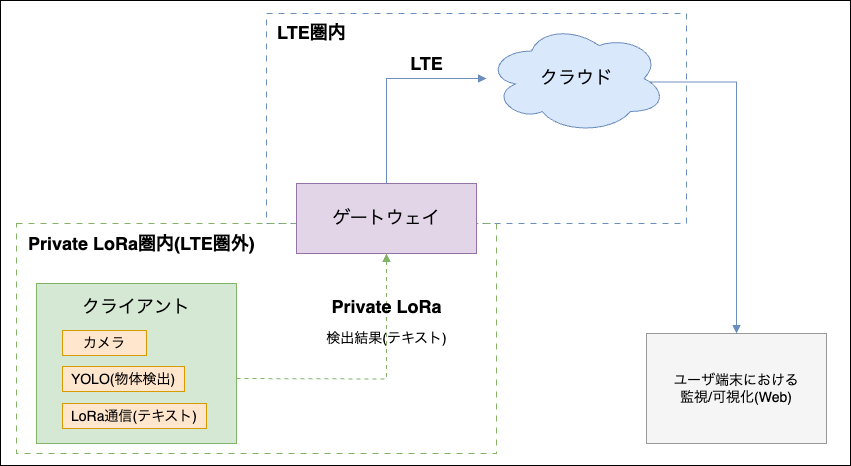
Earlier version of the draw.io export images/system-dark.png (Applica-760/contest-archive). Source tidied: cells renumbered, new cells last; positions are measured from the earlier drawing's top-left corner, leaving out a move shared by most shapes. Source of this version:
```xml
<mxGraphModel>
  <root>
    <mxCell id="0" />
    <mxCell id="1" parent="0" />
    <mxCell id="2" style="whiteSpace=wrap;html=1;fillColor=light-dark(#FFFFFF,#000000);" parent="1" vertex="1">
      <mxGeometry width="850" height="465" as="geometry" />
    </mxCell>
    <mxCell id="3" style="shape=rectangle;whiteSpace=wrap;html=1;rounded=0;dashed=1;dashPattern=6 6;strokeColor=#6c8ebf;fillColor=none;" parent="1" vertex="1">
      <mxGeometry x="266" y="13" width="420" height="210" as="geometry" />
    </mxCell>
    <mxCell id="4" style="shape=rectangle;whiteSpace=wrap;html=1;rounded=0;dashed=1;dashPattern=6 6;strokeColor=#82b366;fillColor=none;" parent="1" vertex="1">
      <mxGeometry x="16" y="223" width="480" height="230" as="geometry" />
    </mxCell>
    <mxCell id="5" value="&lt;font style=&quot;font-size: 18px;&quot;&gt;クラウド&lt;/font&gt;" style="whiteSpace=wrap;html=1;shape=cloud;fillColor=#dae8fc;strokeColor=#6c8ebf;fontSize=16;" parent="1" vertex="1">
      <mxGeometry x="486" y="23" width="180" height="110" as="geometry" />
    </mxCell>
    <mxCell id="6" value="&lt;font style=&quot;font-size: 18px;&quot;&gt;ゲートウェイ&lt;/font&gt;" style="rounded=0;whiteSpace=wrap;html=1;fillColor=#e1d5e7;strokeColor=#9673a6;fontSize=16;" parent="1" vertex="1">
      <mxGeometry x="296" y="183" width="180" height="70" as="geometry" />
    </mxCell>
    <mxCell id="7" value="&lt;font style=&quot;font-size: 18px;&quot;&gt;LTE&lt;/font&gt;" style="text;html=1;align=center;verticalAlign=middle;strokeColor=none;fillColor=none;fontSize=14;fontStyle=1;" parent="1" vertex="1">
      <mxGeometry x="396" y="43" width="60" height="40" as="geometry" />
    </mxCell>
    <mxCell id="8" value="&lt;font style=&quot;font-size: 18px;&quot;&gt;クライアント&lt;/font&gt;" style="rounded=0;whiteSpace=wrap;html=1;fillColor=#d5e8d4;strokeColor=#82b366;fontSize=14;verticalAlign=top;spacingTop=6;" parent="1" vertex="1">
      <mxGeometry x="36" y="283" width="200" height="160" as="geometry" />
    </mxCell>
    <mxCell id="9" value="&lt;font style=&quot;font-size: 14px;&quot;&gt;YOLO(物体検出)&lt;/font&gt;" style="whiteSpace=wrap;html=1;rounded=0;fillColor=#ffe6cc;strokeColor=#d79b00;fontSize=12;" parent="1" vertex="1">
      <mxGeometry x="62" y="366" width="122" height="25" as="geometry" />
    </mxCell>
    <mxCell id="10" style="edgeStyle=orthogonalEdgeStyle;rounded=0;jettySize=auto;html=1;endArrow=block;endFill=1;strokeColor=#6c8ebf;exitX=0.5;exitY=0;exitDx=0;exitDy=0;" parent="1" edge="1" source="6" target="5">
      <mxGeometry relative="1" as="geometry">
        <Array as="points">
          <mxPoint x="386" y="78" />
        </Array>
      </mxGeometry>
    </mxCell>
    <mxCell id="11" value="&lt;font style=&quot;font-size: 18px;&quot;&gt;LTE圏内&lt;/font&gt;" style="text;html=1;align=left;verticalAlign=top;strokeColor=none;fillColor=none;fontSize=14;fontStyle=1;" parent="1" vertex="1">
      <mxGeometry x="275" y="15" width="90" height="40" as="geometry" />
    </mxCell>
    <mxCell id="12" value="&lt;font style=&quot;font-size: 18px;&quot;&gt;Private LoRa圏内(LTE圏外)&lt;/font&gt;" style="text;html=1;align=left;verticalAlign=top;strokeColor=none;fillColor=none;fontSize=14;fontStyle=1;" parent="1" vertex="1">
      <mxGeometry x="26" y="226" width="240" height="40" as="geometry" />
    </mxCell>
    <mxCell id="13" value="ユーザ端末における&lt;br&gt;監視/可視化(Web)" style="rounded=0;whiteSpace=wrap;html=1;fillColor=light-dark(#F5F5F5,#666666);strokeColor=light-dark(#999999,#F5F5F5);fontSize=14;" parent="1" vertex="1">
      <mxGeometry x="646" y="333" width="180" height="110" as="geometry" />
    </mxCell>
    <mxCell id="14" style="edgeStyle=orthogonalEdgeStyle;rounded=0;jettySize=auto;html=1;dashed=1;dashPattern=4 4;endArrow=block;endFill=1;strokeColor=#82b366;labelBackgroundColor=#ffffff;entryX=0.5;entryY=1;entryDx=0;entryDy=0;" parent="1" edge="1" target="6">
      <mxGeometry x="0.42" relative="1" as="geometry">
        <mxPoint x="236" y="378" as="sourcePoint" />
      </mxGeometry>
    </mxCell>
    <mxCell id="15" value="&lt;font style=&quot;font-size: 18px;&quot;&gt;Private LoRa&lt;/font&gt;" style="text;html=1;align=center;verticalAlign=middle;strokeColor=none;fillColor=none;fontSize=14;fontStyle=1;" parent="1" vertex="1">
      <mxGeometry x="321" y="286" width="130" height="40" as="geometry" />
    </mxCell>
    <mxCell id="16" style="edgeStyle=orthogonalEdgeStyle;rounded=0;jettySize=auto;html=1;endArrow=block;endFill=1;strokeColor=#6c8ebf;labelBackgroundColor=#ffffff;exitX=0.907;exitY=0.532;exitDx=0;exitDy=0;exitPerimeter=0;entryX=0.5;entryY=0;entryDx=0;entryDy=0;" parent="1" edge="1" source="5" target="13">
      <mxGeometry x="0.65" relative="1" as="geometry">
        <Array as="points">
          <mxPoint x="736" y="82" />
        </Array>
      </mxGeometry>
    </mxCell>
    <mxCell id="17" value="&lt;font style=&quot;font-size: 14px;&quot;&gt;カメラ&lt;/font&gt;" style="whiteSpace=wrap;html=1;rounded=0;fillColor=#ffe6cc;strokeColor=#d79b00;fontSize=12;" parent="1" vertex="1">
      <mxGeometry x="62" y="330" width="84" height="25" as="geometry" />
    </mxCell>
    <mxCell id="18" value="&lt;font style=&quot;font-size: 14px;&quot;&gt;LoRa通信(テキスト)&lt;/font&gt;" style="whiteSpace=wrap;html=1;rounded=0;fillColor=#ffe6cc;strokeColor=#d79b00;fontSize=12;" parent="1" vertex="1">
      <mxGeometry x="62" y="403" width="144" height="25" as="geometry" />
    </mxCell>
    <mxCell id="19" value="&lt;font style=&quot;font-size: 14px;&quot;&gt;検出結果(テキスト)&lt;/font&gt;" style="text;html=1;align=center;verticalAlign=middle;strokeColor=none;fillColor=none;" parent="1" vertex="1">
      <mxGeometry x="316" y="323" width="140" height="30" as="geometry" />
    </mxCell>
  </root>
</mxGraphModel>
```
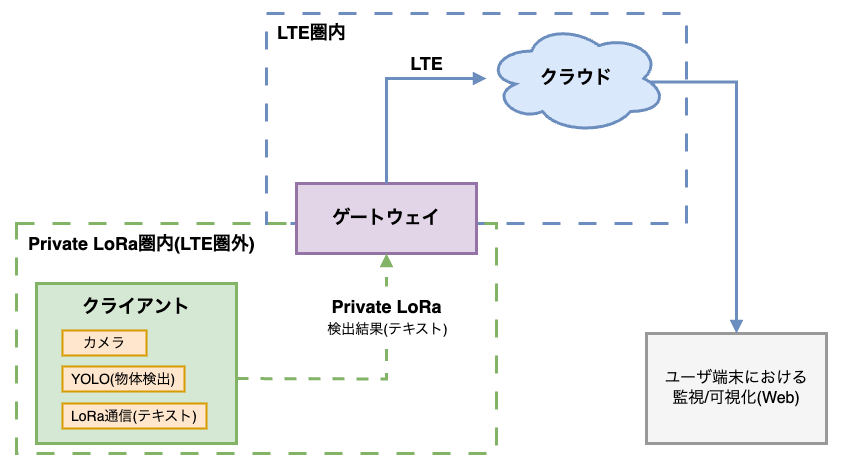
After the commit.

What changed in the source:
```diff
@@ -2,31 +2,31 @@
   <root>
     <mxCell id="0" />
     <mxCell id="1" parent="0" />
-    <mxCell id="2" style="whiteSpace=wrap;html=1;fillColor=light-dark(#FFFFFF,#000000);" parent="1" vertex="1">
+    <mxCell id="2" style="whiteSpace=wrap;html=1;fillColor=light-dark(#FFFFFF,#000000);strokeColor=none;" parent="1" vertex="1">
       <mxGeometry width="850" height="465" as="geometry" />
     </mxCell>
-    <mxCell id="3" style="shape=rectangle;whiteSpace=wrap;html=1;rounded=0;dashed=1;dashPattern=6 6;strokeColor=#6c8ebf;fillColor=none;" parent="1" vertex="1">
+    <mxCell id="3" style="shape=rectangle;whiteSpace=wrap;html=1;rounded=0;dashed=1;dashPattern=6 6;strokeColor=#6c8ebf;fillColor=none;strokeWidth=3;" parent="1" vertex="1">
       <mxGeometry x="266" y="13" width="420" height="210" as="geometry" />
     </mxCell>
-    <mxCell id="4" style="shape=rectangle;whiteSpace=wrap;html=1;rounded=0;dashed=1;dashPattern=6 6;strokeColor=#82b366;fillColor=none;" parent="1" vertex="1">
+    <mxCell id="4" style="shape=rectangle;whiteSpace=wrap;html=1;rounded=0;dashed=1;dashPattern=6 6;strokeColor=#82b366;fillColor=none;strokeWidth=3;" parent="1" vertex="1">
       <mxGeometry x="16" y="223" width="480" height="230" as="geometry" />
     </mxCell>
-    <mxCell id="5" value="&lt;font style=&quot;font-size: 18px;&quot;&gt;クラウド&lt;/font&gt;" style="whiteSpace=wrap;html=1;shape=cloud;fillColor=#dae8fc;strokeColor=#6c8ebf;fontSize=16;" parent="1" vertex="1">
+    <mxCell id="5" value="&lt;font style=&quot;font-size: 18px;&quot;&gt;&lt;b&gt;クラウド&lt;/b&gt;&lt;/font&gt;" style="whiteSpace=wrap;html=1;shape=cloud;fillColor=#dae8fc;strokeColor=#6c8ebf;fontSize=16;strokeWidth=3;" parent="1" vertex="1">
       <mxGeometry x="486" y="23" width="180" height="110" as="geometry" />
     </mxCell>
-    <mxCell id="6" value="&lt;font style=&quot;font-size: 18px;&quot;&gt;ゲートウェイ&lt;/font&gt;" style="rounded=0;whiteSpace=wrap;html=1;fillColor=#e1d5e7;strokeColor=#9673a6;fontSize=16;" parent="1" vertex="1">
+    <mxCell id="6" value="&lt;font style=&quot;font-size: 18px;&quot;&gt;&lt;b&gt;ゲートウェイ&lt;/b&gt;&lt;/font&gt;" style="rounded=0;whiteSpace=wrap;html=1;fillColor=#e1d5e7;strokeColor=#9673a6;fontSize=16;strokeWidth=3;" parent="1" vertex="1">
       <mxGeometry x="296" y="183" width="180" height="70" as="geometry" />
     </mxCell>
     <mxCell id="7" value="&lt;font style=&quot;font-size: 18px;&quot;&gt;LTE&lt;/font&gt;" style="text;html=1;align=center;verticalAlign=middle;strokeColor=none;fillColor=none;fontSize=14;fontStyle=1;" parent="1" vertex="1">
       <mxGeometry x="396" y="43" width="60" height="40" as="geometry" />
     </mxCell>
-    <mxCell id="8" value="&lt;font style=&quot;font-size: 18px;&quot;&gt;クライアント&lt;/font&gt;" style="rounded=0;whiteSpace=wrap;html=1;fillColor=#d5e8d4;strokeColor=#82b366;fontSize=14;verticalAlign=top;spacingTop=6;" parent="1" vertex="1">
+    <mxCell id="8" value="&lt;font style=&quot;font-size: 18px;&quot;&gt;&lt;b&gt;クライアント&lt;/b&gt;&lt;/font&gt;" style="rounded=0;whiteSpace=wrap;html=1;fillColor=#d5e8d4;strokeColor=#82b366;fontSize=14;verticalAlign=top;spacingTop=6;strokeWidth=3;" parent="1" vertex="1">
       <mxGeometry x="36" y="283" width="200" height="160" as="geometry" />
     </mxCell>
-    <mxCell id="9" value="&lt;font style=&quot;font-size: 14px;&quot;&gt;YOLO(物体検出)&lt;/font&gt;" style="whiteSpace=wrap;html=1;rounded=0;fillColor=#ffe6cc;strokeColor=#d79b00;fontSize=12;" parent="1" vertex="1">
+    <mxCell id="9" value="&lt;font style=&quot;font-size: 14px;&quot;&gt;YOLO(物体検出)&lt;/font&gt;" style="whiteSpace=wrap;html=1;rounded=0;fillColor=#ffe6cc;strokeColor=#d79b00;fontSize=12;strokeWidth=2;" parent="1" vertex="1">
       <mxGeometry x="62" y="366" width="122" height="25" as="geometry" />
     </mxCell>
-    <mxCell id="10" style="edgeStyle=orthogonalEdgeStyle;rounded=0;jettySize=auto;html=1;endArrow=block;endFill=1;strokeColor=#6c8ebf;exitX=0.5;exitY=0;exitDx=0;exitDy=0;" parent="1" edge="1" source="6" target="5">
+    <mxCell id="10" style="edgeStyle=orthogonalEdgeStyle;rounded=0;jettySize=auto;html=1;endArrow=block;endFill=1;strokeColor=#6c8ebf;exitX=0.5;exitY=0;exitDx=0;exitDy=0;strokeWidth=3;" parent="1" edge="1" source="6" target="5">
       <mxGeometry relative="1" as="geometry">
         <Array as="points">
           <mxPoint x="386" y="78" />
@@ -39,32 +39,32 @@
     <mxCell id="12" value="&lt;font style=&quot;font-size: 18px;&quot;&gt;Private LoRa圏内(LTE圏外)&lt;/font&gt;" style="text;html=1;align=left;verticalAlign=top;strokeColor=none;fillColor=none;fontSize=14;fontStyle=1;" parent="1" vertex="1">
       <mxGeometry x="26" y="226" width="240" height="40" as="geometry" />
     </mxCell>
-    <mxCell id="13" value="ユーザ端末における&lt;br&gt;監視/可視化(Web)" style="rounded=0;whiteSpace=wrap;html=1;fillColor=light-dark(#F5F5F5,#666666);strokeColor=light-dark(#999999,#F5F5F5);fontSize=14;" parent="1" vertex="1">
+    <mxCell id="13" value="&lt;font style=&quot;font-size: 16px;&quot;&gt;ユーザ端末における&lt;br&gt;監視/可視化(Web)&lt;/font&gt;" style="rounded=0;whiteSpace=wrap;html=1;fillColor=light-dark(#F5F5F5,#666666);strokeColor=light-dark(#999999,#F5F5F5);fontSize=14;strokeWidth=3;" parent="1" vertex="1">
       <mxGeometry x="646" y="333" width="180" height="110" as="geometry" />
     </mxCell>
-    <mxCell id="14" style="edgeStyle=orthogonalEdgeStyle;rounded=0;jettySize=auto;html=1;dashed=1;dashPattern=4 4;endArrow=block;endFill=1;strokeColor=#82b366;labelBackgroundColor=#ffffff;entryX=0.5;entryY=1;entryDx=0;entryDy=0;" parent="1" edge="1" target="6">
+    <mxCell id="14" style="edgeStyle=orthogonalEdgeStyle;rounded=0;jettySize=auto;html=1;dashed=1;dashPattern=4 4;endArrow=block;endFill=1;strokeColor=#82b366;labelBackgroundColor=#ffffff;entryX=0.5;entryY=1;entryDx=0;entryDy=0;strokeWidth=3;" parent="1" edge="1" target="6">
       <mxGeometry x="0.42" relative="1" as="geometry">
         <mxPoint x="236" y="378" as="sourcePoint" />
       </mxGeometry>
     </mxCell>
-    <mxCell id="15" value="&lt;font style=&quot;font-size: 18px;&quot;&gt;Private LoRa&lt;/font&gt;" style="text;html=1;align=center;verticalAlign=middle;strokeColor=none;fillColor=none;fontSize=14;fontStyle=1;" parent="1" vertex="1">
+    <mxCell id="15" value="&lt;font style=&quot;font-size: 18px;&quot;&gt;Private LoRa&lt;/font&gt;" style="text;html=1;align=center;verticalAlign=middle;strokeColor=none;fillColor=default;fontSize=14;fontStyle=1;" parent="1" vertex="1">
       <mxGeometry x="321" y="286" width="130" height="40" as="geometry" />
     </mxCell>
-    <mxCell id="16" style="edgeStyle=orthogonalEdgeStyle;rounded=0;jettySize=auto;html=1;endArrow=block;endFill=1;strokeColor=#6c8ebf;labelBackgroundColor=#ffffff;exitX=0.907;exitY=0.532;exitDx=0;exitDy=0;exitPerimeter=0;entryX=0.5;entryY=0;entryDx=0;entryDy=0;" parent="1" edge="1" source="5" target="13">
+    <mxCell id="16" style="edgeStyle=orthogonalEdgeStyle;rounded=0;jettySize=auto;html=1;endArrow=block;endFill=1;strokeColor=#6c8ebf;labelBackgroundColor=#ffffff;exitX=0.907;exitY=0.532;exitDx=0;exitDy=0;exitPerimeter=0;entryX=0.5;entryY=0;entryDx=0;entryDy=0;strokeWidth=3;" parent="1" edge="1" source="5" target="13">
       <mxGeometry x="0.65" relative="1" as="geometry">
         <Array as="points">
           <mxPoint x="736" y="82" />
         </Array>
       </mxGeometry>
     </mxCell>
-    <mxCell id="17" value="&lt;font style=&quot;font-size: 14px;&quot;&gt;カメラ&lt;/font&gt;" style="whiteSpace=wrap;html=1;rounded=0;fillColor=#ffe6cc;strokeColor=#d79b00;fontSize=12;" parent="1" vertex="1">
+    <mxCell id="17" value="&lt;font style=&quot;font-size: 14px;&quot;&gt;カメラ&lt;/font&gt;" style="whiteSpace=wrap;html=1;rounded=0;fillColor=#ffe6cc;strokeColor=#d79b00;fontSize=12;strokeWidth=2;" parent="1" vertex="1">
       <mxGeometry x="62" y="330" width="84" height="25" as="geometry" />
     </mxCell>
-    <mxCell id="18" value="&lt;font style=&quot;font-size: 14px;&quot;&gt;LoRa通信(テキスト)&lt;/font&gt;" style="whiteSpace=wrap;html=1;rounded=0;fillColor=#ffe6cc;strokeColor=#d79b00;fontSize=12;" parent="1" vertex="1">
+    <mxCell id="18" value="&lt;font style=&quot;font-size: 14px;&quot;&gt;LoRa通信(テキスト)&lt;/font&gt;" style="whiteSpace=wrap;html=1;rounded=0;fillColor=#ffe6cc;strokeColor=#d79b00;fontSize=12;strokeWidth=2;" parent="1" vertex="1">
       <mxGeometry x="62" y="403" width="144" height="25" as="geometry" />
     </mxCell>
-    <mxCell id="19" value="&lt;font style=&quot;font-size: 14px;&quot;&gt;検出結果(テキスト)&lt;/font&gt;" style="text;html=1;align=center;verticalAlign=middle;strokeColor=none;fillColor=none;" parent="1" vertex="1">
-      <mxGeometry x="316" y="323" width="140" height="30" as="geometry" />
+    <mxCell id="19" value="&lt;font style=&quot;font-size: 14px;&quot;&gt;検出結果(テキスト)&lt;/font&gt;" style="text;html=1;align=center;verticalAlign=middle;strokeColor=none;fillColor=default;" parent="1" vertex="1">
+      <mxGeometry x="317" y="314" width="140" height="30" as="geometry" />
     </mxCell>
   </root>
 </mxGraphModel>
```
